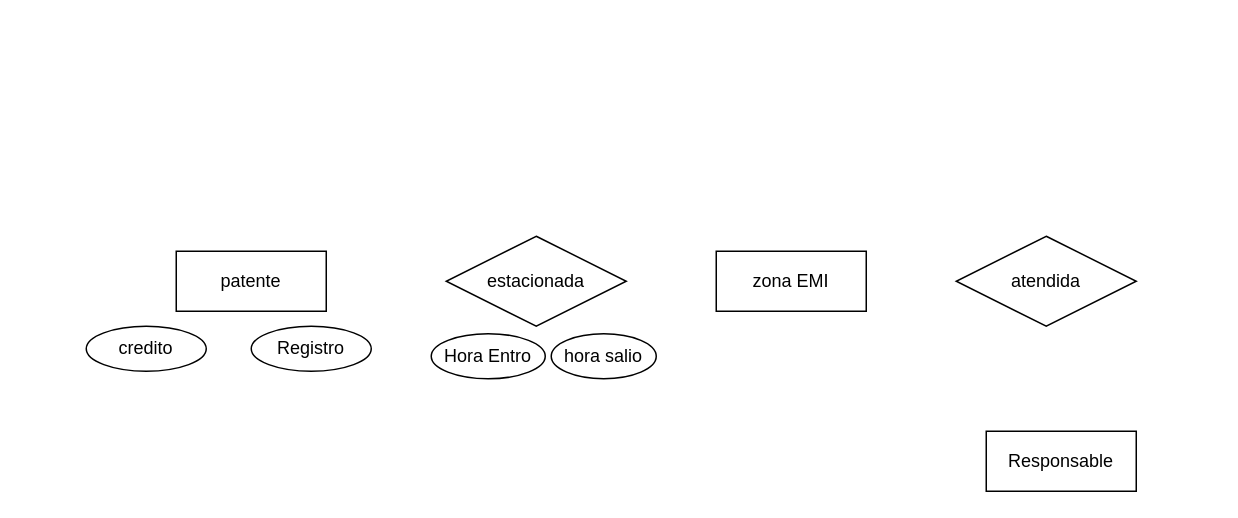
This is emi.drawio from vilajp/informatorio, a draw.io file, before an edit. Source tidied: cells renumbered, new cells numbered last; positions are measured from the earlier drawing's top-left corner, leaving out a move shared by most shapes. Both pictures are drawn from the tidied source at 150%, with x=0, y=0 at pixel (86, 236).
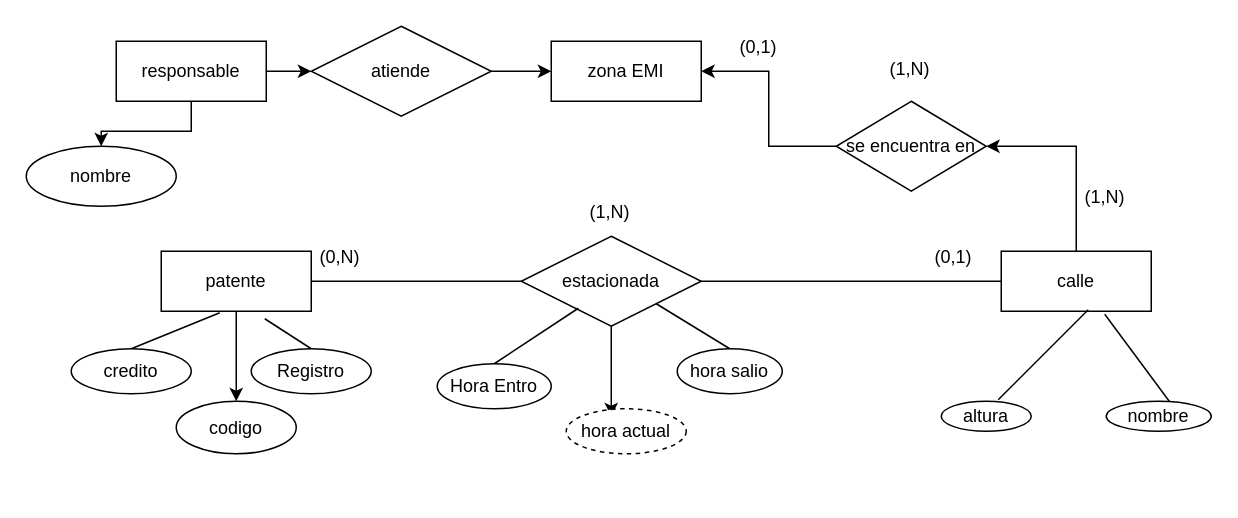
Above is the later version.

Commit message (it also covers changes not shown here):
se agrega modelado ej 2 y ej 2 de mer a tablas

Change to the diagram source:
```diff
@@
+    <mxCell id="11" style="edgeStyle=orthogonalEdgeStyle;rounded=0;jettySize=auto;html=1;exitX=0.5;exitY=1;exitDx=0;exitDy=0;entryX=0.5;entryY=0;entryDx=0;entryDy=0;" parent="1" edge="1" source="2" target="19">
+      <mxGeometry relative="1" as="geometry" />
+    </mxCell>
     <mxCell id="2" value="patente" style="whiteSpace=wrap;html=1;align=center;" parent="1" vertex="1">
-      <mxGeometry x="60" y="10" width="100" height="40" as="geometry" />
+      <mxGeometry x="50" y="10" width="100" height="40" as="geometry" />
     </mxCell>
+    <mxCell id="12" style="edgeStyle=orthogonalEdgeStyle;rounded=0;jettySize=auto;html=1;exitX=0.5;exitY=1;exitDx=0;exitDy=0;entryX=0.375;entryY=0.167;entryDx=0;entryDy=0;entryPerimeter=0;" parent="1" edge="1" source="3" target="20">
+      <mxGeometry relative="1" as="geometry" />
+    </mxCell>
     <mxCell id="3" value="estacionada" style="shape=rhombus;perimeter=rhombusPerimeter;whiteSpace=wrap;html=1;align=center;" parent="1" vertex="1">
-      <mxGeometry x="240" width="120" height="60" as="geometry" />
+      <mxGeometry x="290" width="120" height="60" as="geometry" />
     </mxCell>
     <mxCell id="4" value="zona EMI" style="whiteSpace=wrap;html=1;align=center;" parent="1" vertex="1">
-      <mxGeometry x="420" y="10" width="100" height="40" as="geometry" />
+      <mxGeometry x="310" y="-130" width="100" height="40" as="geometry" />
     </mxCell>
-    <mxCell id="5" value="atendida" style="shape=rhombus;perimeter=rhombusPerimeter;whiteSpace=wrap;html=1;align=center;" parent="1" vertex="1">
-      <mxGeometry x="580" width="120" height="60" as="geometry" />
-    </mxCell>
-    <mxCell id="6" value="Responsable" style="whiteSpace=wrap;html=1;align=center;" parent="1" vertex="1">
-      <mxGeometry x="600" y="130" width="100" height="40" as="geometry" />
-    </mxCell>
     <mxCell id="7" value="credito" style="ellipse;whiteSpace=wrap;html=1;align=center;" parent="1" vertex="1">
-      <mxGeometry y="60" width="80" height="30" as="geometry" />
+      <mxGeometry x="-10" y="75" width="80" height="30" as="geometry" />
     </mxCell>
     <mxCell id="8" value="Registro" style="ellipse;whiteSpace=wrap;html=1;align=center;" parent="1" vertex="1">
-      <mxGeometry x="110" y="60" width="80" height="30" as="geometry" />
+      <mxGeometry x="110" y="75" width="80" height="30" as="geometry" />
     </mxCell>
     <mxCell id="9" value="Hora Entro" style="ellipse;whiteSpace=wrap;html=1;align=center;" parent="1" vertex="1">
-      <mxGeometry x="230" y="65" width="76" height="30" as="geometry" />
+      <mxGeometry x="234" y="85" width="76" height="30" as="geometry" />
     </mxCell>
     <mxCell id="10" value="hora salio" style="ellipse;whiteSpace=wrap;html=1;align=center;" parent="1" vertex="1">
-      <mxGeometry x="310" y="65" width="70" height="30" as="geometry" />
+      <mxGeometry x="394" y="75" width="70" height="30" as="geometry" />
     </mxCell>
+    <mxCell id="13" style="edgeStyle=orthogonalEdgeStyle;rounded=0;jettySize=auto;html=1;exitX=0.5;exitY=0;exitDx=0;exitDy=0;entryX=1;entryY=0.5;entryDx=0;entryDy=0;" parent="1" edge="1" source="14" target="18">
+      <mxGeometry relative="1" as="geometry" />
+    </mxCell>
+    <mxCell id="14" value="calle" style="whiteSpace=wrap;html=1;align=center;" parent="1" vertex="1">
+      <mxGeometry x="610" y="10" width="100" height="40" as="geometry" />
+    </mxCell>
+    <mxCell id="15" value="nombre" style="ellipse;whiteSpace=wrap;html=1;align=center;" parent="1" vertex="1">
+      <mxGeometry x="680" y="110" width="70" height="20" as="geometry" />
+    </mxCell>
+    <mxCell id="16" value="altura" style="ellipse;whiteSpace=wrap;html=1;align=center;" parent="1" vertex="1">
+      <mxGeometry x="570" y="110" width="60" height="20" as="geometry" />
+    </mxCell>
+    <mxCell id="17" style="edgeStyle=orthogonalEdgeStyle;rounded=0;jettySize=auto;html=1;exitX=0;exitY=0.5;exitDx=0;exitDy=0;entryX=1;entryY=0.5;entryDx=0;entryDy=0;" parent="1" edge="1" source="18" target="4">
+      <mxGeometry relative="1" as="geometry" />
+    </mxCell>
+    <mxCell id="18" value="se encuentra en" style="shape=rhombus;perimeter=rhombusPerimeter;whiteSpace=wrap;html=1;align=center;" parent="1" vertex="1">
+      <mxGeometry x="500" y="-90" width="100" height="60" as="geometry" />
+    </mxCell>
+    <mxCell id="19" value="codigo" style="ellipse;whiteSpace=wrap;html=1;align=center;" parent="1" vertex="1">
+      <mxGeometry x="60" y="110" width="80" height="35" as="geometry" />
+    </mxCell>
+    <mxCell id="20" value="hora actual" style="ellipse;whiteSpace=wrap;html=1;align=center;dashed=1;" parent="1" vertex="1">
+      <mxGeometry x="320" y="115" width="80" height="30" as="geometry" />
+    </mxCell>
+    <mxCell id="21" style="endArrow=none;html=1;rounded=0;exitX=1;exitY=0.5;exitDx=0;exitDy=0;entryX=0;entryY=0.5;entryDx=0;entryDy=0;" parent="1" edge="1" source="2" target="3">
+      <mxGeometry relative="1" as="geometry" />
+    </mxCell>
+    <mxCell id="22" style="endArrow=none;html=1;rounded=0;exitX=1;exitY=0.5;exitDx=0;exitDy=0;entryX=0;entryY=0.5;entryDx=0;entryDy=0;" parent="1" edge="1" source="3" target="14">
+      <mxGeometry relative="1" as="geometry" />
+    </mxCell>
+    <mxCell id="23" value="(0,1)" style="text;strokeColor=none;fillColor=none;spacingLeft=4;spacingRight=4;overflow=hidden;fontSize=12;" parent="1" vertex="1">
+      <mxGeometry x="560" width="40" height="30" as="geometry" />
+    </mxCell>
+    <mxCell id="24" value="(0,N)" style="text;strokeColor=none;fillColor=none;spacingLeft=4;spacingRight=4;overflow=hidden;fontSize=12;" parent="1" vertex="1">
+      <mxGeometry x="150" width="40" height="30" as="geometry" />
+    </mxCell>
+    <mxCell id="25" value="(1,N)" style="text;strokeColor=none;fillColor=none;spacingLeft=4;spacingRight=4;overflow=hidden;fontSize=12;" parent="1" vertex="1">
+      <mxGeometry x="330" y="-30" width="40" height="30" as="geometry" />
+    </mxCell>
+    <mxCell id="26" style="endArrow=none;html=1;rounded=0;exitX=0.6;exitY=0;exitDx=0;exitDy=0;exitPerimeter=0;entryX=0.69;entryY=1.05;entryDx=0;entryDy=0;entryPerimeter=0;" parent="1" edge="1" source="15" target="14">
+      <mxGeometry relative="1" as="geometry" />
+    </mxCell>
+    <mxCell id="27" style="endArrow=none;html=1;rounded=0;exitX=0.633;exitY=-0.05;exitDx=0;exitDy=0;exitPerimeter=0;entryX=0.58;entryY=0.975;entryDx=0;entryDy=0;entryPerimeter=0;" parent="1" edge="1" source="16" target="14">
+      <mxGeometry relative="1" as="geometry" />
+    </mxCell>
+    <mxCell id="28" style="endArrow=none;html=1;rounded=0;exitX=0.5;exitY=0;exitDx=0;exitDy=0;entryX=0.317;entryY=0.8;entryDx=0;entryDy=0;entryPerimeter=0;" parent="1" edge="1" source="9" target="3">
+      <mxGeometry relative="1" as="geometry" />
+    </mxCell>
+    <mxCell id="29" style="endArrow=none;html=1;rounded=0;exitX=1;exitY=1;exitDx=0;exitDy=0;entryX=0.5;entryY=0;entryDx=0;entryDy=0;" parent="1" edge="1" source="3" target="10">
+      <mxGeometry relative="1" as="geometry" />
+    </mxCell>
+    <mxCell id="30" style="endArrow=none;html=1;rounded=0;exitX=0.5;exitY=0;exitDx=0;exitDy=0;entryX=0.39;entryY=1.025;entryDx=0;entryDy=0;entryPerimeter=0;" parent="1" edge="1" source="7" target="2">
+      <mxGeometry relative="1" as="geometry" />
+    </mxCell>
+    <mxCell id="31" style="endArrow=none;html=1;rounded=0;exitX=0.5;exitY=0;exitDx=0;exitDy=0;entryX=0.69;entryY=1.125;entryDx=0;entryDy=0;entryPerimeter=0;" parent="1" edge="1" source="8" target="2">
+      <mxGeometry relative="1" as="geometry" />
+    </mxCell>
+    <mxCell id="32" style="edgeStyle=orthogonalEdgeStyle;rounded=0;jettySize=auto;html=1;exitX=0.5;exitY=1;exitDx=0;exitDy=0;entryX=0.5;entryY=0;entryDx=0;entryDy=0;" parent="1" edge="1" source="34" target="35">
+      <mxGeometry relative="1" as="geometry" />
+    </mxCell>
+    <mxCell id="33" style="edgeStyle=orthogonalEdgeStyle;rounded=0;jettySize=auto;html=1;exitX=1;exitY=0.5;exitDx=0;exitDy=0;entryX=0;entryY=0.5;entryDx=0;entryDy=0;" parent="1" edge="1" source="34" target="37">
+      <mxGeometry relative="1" as="geometry" />
+    </mxCell>
+    <mxCell id="34" value="responsable" style="whiteSpace=wrap;html=1;align=center;" parent="1" vertex="1">
+      <mxGeometry x="20" y="-130" width="100" height="40" as="geometry" />
+    </mxCell>
+    <mxCell id="35" value="nombre" style="ellipse;whiteSpace=wrap;html=1;align=center;" parent="1" vertex="1">
+      <mxGeometry x="-40" y="-60" width="100" height="40" as="geometry" />
+    </mxCell>
+    <mxCell id="36" style="edgeStyle=orthogonalEdgeStyle;rounded=0;jettySize=auto;html=1;exitX=1;exitY=0.5;exitDx=0;exitDy=0;entryX=0;entryY=0.5;entryDx=0;entryDy=0;" parent="1" edge="1" source="37" target="4">
+      <mxGeometry relative="1" as="geometry" />
+    </mxCell>
+    <mxCell id="37" value="atiende" style="shape=rhombus;perimeter=rhombusPerimeter;whiteSpace=wrap;html=1;align=center;" parent="1" vertex="1">
+      <mxGeometry x="150" y="-140" width="120" height="60" as="geometry" />
+    </mxCell>
+    <mxCell id="38" value="(0,1)" style="text;strokeColor=none;fillColor=none;spacingLeft=4;spacingRight=4;overflow=hidden;fontSize=12;" parent="1" vertex="1">
+      <mxGeometry x="430" y="-140" width="40" height="30" as="geometry" />
+    </mxCell>
+    <mxCell id="39" value="(1,N)" style="text;strokeColor=none;fillColor=none;spacingLeft=4;spacingRight=4;overflow=hidden;fontSize=12;" parent="1" vertex="1">
+      <mxGeometry x="660" y="-40" width="40" height="30" as="geometry" />
+    </mxCell>
+    <mxCell id="40" value="(1,N)" style="text;strokeColor=none;fillColor=none;spacingLeft=4;spacingRight=4;overflow=hidden;fontSize=12;" parent="1" vertex="1">
+      <mxGeometry x="530" y="-125" width="40" height="30" as="geometry" />
+    </mxCell>
```
